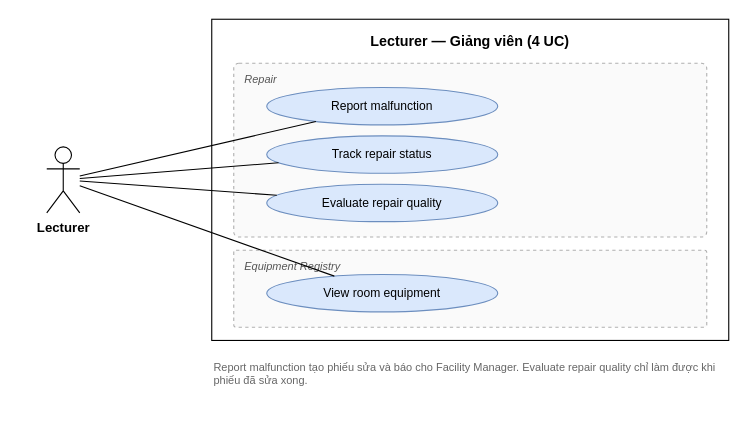
This is page "3. Lecturer" (3 of 6) of Actor_UseCase.drawio from Hoang-124/Ruo, a draw.io file, before an edit. Source tidied: cells renumbered, new cells numbered last; positions are measured from the earlier drawing's top-left corner, leaving out a move shared by most shapes. Both pictures are drawn from the tidied source at 110%, with x=0, y=0 at pixel (46, 19).
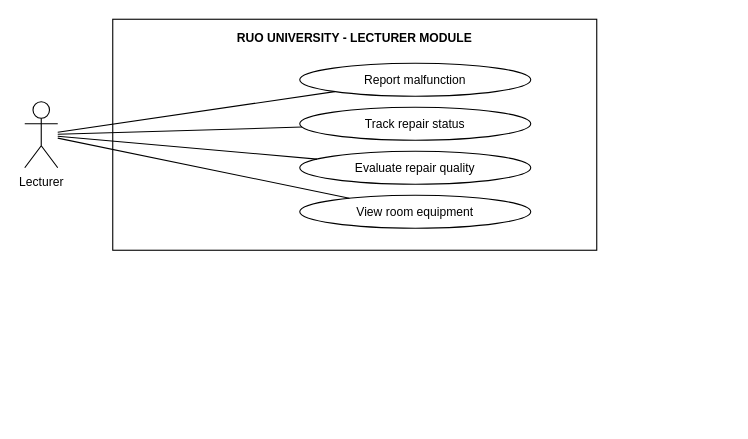
After the change.

What changed in the source:
```diff
@@
 <mxGraphModel>
   <root>
     <mxCell id="0" />
     <mxCell id="1" parent="0" />
-    <mxCell id="2" value="Lecturer — Giảng viên (4 UC)" style="rounded=0;whiteSpace=wrap;html=1;fillColor=none;verticalAlign=top;align=center;fontSize=13;fontStyle=1;spacingTop=6;" parent="1" vertex="1">
-      <mxGeometry x="150" width="470" height="292" as="geometry" />
+    <mxCell id="2" value="RUO UNIVERSITY - LECTURER MODULE" style="rounded=0;whiteSpace=wrap;html=1;fillColor=none;verticalAlign=top;align=center;fontSize=11;fontStyle=1;spacingTop=4;" parent="1" vertex="1">
+      <mxGeometry x="60" width="440" height="210" as="geometry" />
     </mxCell>
-    <mxCell id="3" value="Repair" style="ruoFrame=1;rounded=1;arcSize=3;whiteSpace=wrap;html=1;dashed=1;fillColor=#fafafa;strokeColor=#b0b0b0;verticalAlign=top;align=left;spacingLeft=8;spacingTop=2;fontSize=10;fontStyle=2;fontColor=#555555;" parent="1" vertex="1">
-      <mxGeometry x="170" y="40" width="430" height="158" as="geometry" />
-    </mxCell>
-    <mxCell id="4" value="Equipment Registry" style="ruoFrame=1;rounded=1;arcSize=3;whiteSpace=wrap;html=1;dashed=1;fillColor=#fafafa;strokeColor=#b0b0b0;verticalAlign=top;align=left;spacingLeft=8;spacingTop=2;fontSize=10;fontStyle=2;fontColor=#555555;" parent="1" vertex="1">
-      <mxGeometry x="170" y="210" width="430" height="70" as="geometry" />
-    </mxCell>
+    <mxCell id="9" value="Lecturer" style="shape=umlActor;verticalLabelPosition=bottom;verticalAlign=top;html=1;outlineConnect=0;fontSize=11;" parent="1" vertex="1">
+      <mxGeometry x="-20" y="75" width="30" height="60" as="geometry" />
+    </mxCell>
-    <mxCell id="5" value="Report malfunction" style="ellipse;whiteSpace=wrap;html=1;fontSize=11;fillColor=#dae8fc;strokeColor=#6c8ebf;" parent="1" vertex="1">
-      <mxGeometry x="200" y="62" width="210" height="34" as="geometry" />
+    <mxCell id="5" value="Report malfunction" style="ellipse;whiteSpace=wrap;html=1;fontSize=11;fillColor=#ffffff;strokeColor=#000000;" parent="1" vertex="1">
+      <mxGeometry x="230" y="40" width="210" height="30" as="geometry" />
     </mxCell>
+    <mxCell id="15" style="endArrow=none;html=1;rounded=0;strokeWidth=1;" parent="1" edge="1" source="9" target="5">
+      <mxGeometry relative="1" as="geometry" />
+    </mxCell>
-    <mxCell id="6" value="Track repair status" style="ellipse;whiteSpace=wrap;html=1;fontSize=11;fillColor=#dae8fc;strokeColor=#6c8ebf;" parent="1" vertex="1">
-      <mxGeometry x="200" y="106" width="210" height="34" as="geometry" />
+    <mxCell id="6" value="Track repair status" style="ellipse;whiteSpace=wrap;html=1;fontSize=11;fillColor=#ffffff;strokeColor=#000000;" parent="1" vertex="1">
+      <mxGeometry x="230" y="80" width="210" height="30" as="geometry" />
     </mxCell>
+    <mxCell id="10" style="endArrow=none;html=1;rounded=0;strokeWidth=1;" parent="1" edge="1" source="9" target="6">
+      <mxGeometry relative="1" as="geometry" />
+    </mxCell>
-    <mxCell id="7" value="Evaluate repair quality" style="ellipse;whiteSpace=wrap;html=1;fontSize=11;fillColor=#dae8fc;strokeColor=#6c8ebf;" parent="1" vertex="1">
-      <mxGeometry x="200" y="150" width="210" height="34" as="geometry" />
+    <mxCell id="7" value="Evaluate repair quality" style="ellipse;whiteSpace=wrap;html=1;fontSize=11;fillColor=#ffffff;strokeColor=#000000;" parent="1" vertex="1">
+      <mxGeometry x="230" y="120" width="210" height="30" as="geometry" />
     </mxCell>
+    <mxCell id="11" style="endArrow=none;html=1;rounded=0;strokeWidth=1;" parent="1" edge="1" source="9" target="7">
+      <mxGeometry relative="1" as="geometry" />
+    </mxCell>
-    <mxCell id="8" value="View room equipment" style="ellipse;whiteSpace=wrap;html=1;fontSize=11;fillColor=#dae8fc;strokeColor=#6c8ebf;" parent="1" vertex="1">
-      <mxGeometry x="200" y="232" width="210" height="34" as="geometry" />
+    <mxCell id="8" value="View room equipment" style="ellipse;whiteSpace=wrap;html=1;fontSize=11;fillColor=#ffffff;strokeColor=#000000;" parent="1" vertex="1">
+      <mxGeometry x="230" y="160" width="210" height="30" as="geometry" />
     </mxCell>
-    <mxCell id="9" value="Lecturer" style="shape=umlActor;verticalLabelPosition=bottom;verticalAlign=top;html=1;outlineConnect=0;fontSize=12;fontStyle=1;" parent="1" vertex="1">
-      <mxGeometry y="116" width="30" height="60" as="geometry" />
-    </mxCell>
-    <mxCell id="10" style="endArrow=none;html=1;rounded=0;" parent="1" edge="1" source="9" target="5">
-      <mxGeometry relative="1" as="geometry" />
-    </mxCell>
-    <mxCell id="11" style="endArrow=none;html=1;rounded=0;" parent="1" edge="1" source="9" target="6">
-      <mxGeometry relative="1" as="geometry" />
-    </mxCell>
-    <mxCell id="12" style="endArrow=none;html=1;rounded=0;" parent="1" edge="1" source="9" target="7">
+    <mxCell id="12" style="endArrow=none;html=1;rounded=0;strokeWidth=1;" parent="1" edge="1" source="9" target="8">
       <mxGeometry relative="1" as="geometry" />
     </mxCell>
-    <mxCell id="13" style="endArrow=none;html=1;rounded=0;" parent="1" edge="1" source="9" target="8">
-      <mxGeometry relative="1" as="geometry" />
-    </mxCell>
-    <mxCell id="14" value="Report malfunction tạo phiếu sửa và báo cho Facility Manager. Evaluate repair quality chỉ làm được khi phiếu đã sửa xong." style="text;html=1;align=left;verticalAlign=top;fontSize=10;fontColor=#666666;whiteSpace=wrap;" parent="1" vertex="1">
-      <mxGeometry x="150" y="304" width="470" height="60" as="geometry" />
-    </mxCell>
   </root>
 </mxGraphModel>
```
